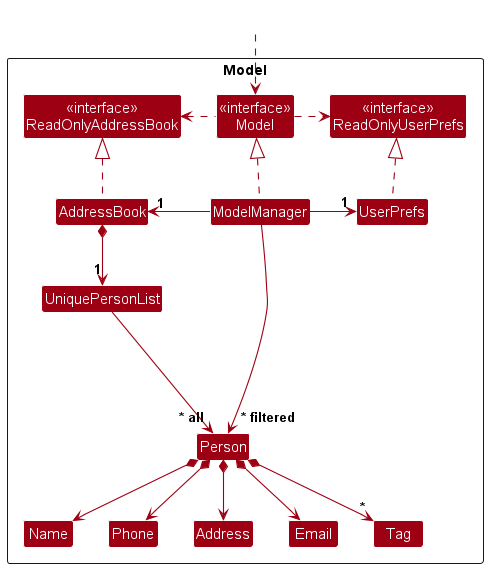
This is docs/images/ModelClassDiagram.png from nus-cs2103-AY2425S1/tp, a PlantUML export, as it was before one commit.
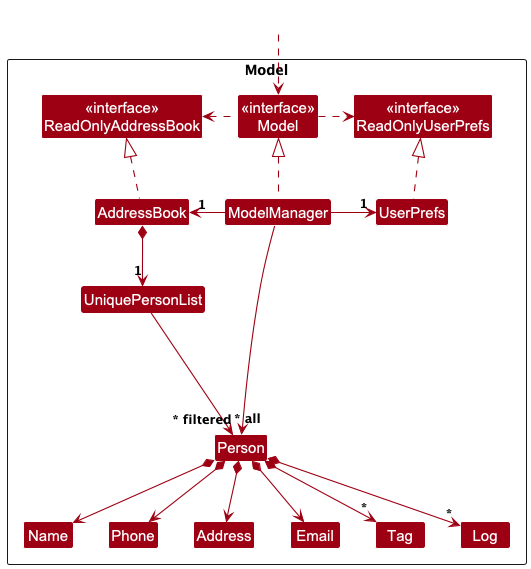
Later version of the same file.

Commit message:
docs: Update UML diagrams

Change to the diagram source:
```diff
@@ -19,6 +19,7 @@
 Class Name
 Class Phone
 Class Tag
+Class Log
 
 Class I #FFFFFF
 }
@@ -42,6 +43,7 @@
 Person *--> Email
 Person *--> Address
 Person *--> "*" Tag
+Person *--> "*" Log
 
 Person -[hidden]up--> I
 UniquePersonList -[hidden]right-> I
```
